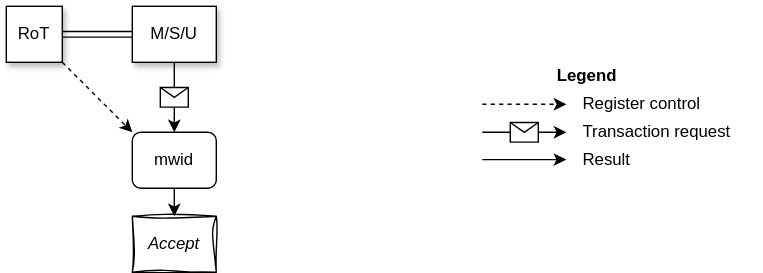
This is src/images/WG-smwid.drawio.svg from MIPS/riscv-partitioning, a draw.io export, as it was before one commit. Source tidied: cells renumbered, new cells last; positions are measured from the earlier drawing's top-left corner, leaving out a move shared by most shapes.
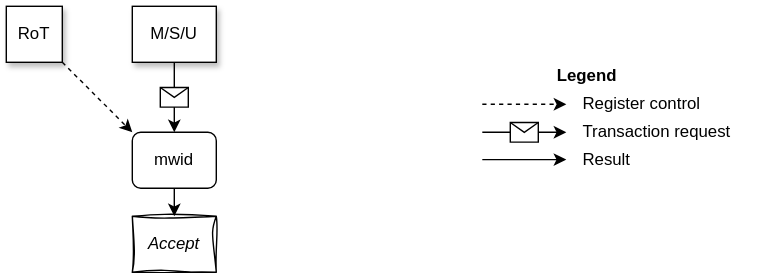
The same file after the commit.

The edit, as a diff of the source:
```diff
@@ -60,9 +60,6 @@
     <mxCell id="16" value="Legend" style="text;html=1;align=center;verticalAlign=middle;whiteSpace=wrap;rounded=0;fontStyle=1;" parent="1" vertex="1">
       <mxGeometry x="340" y="40" width="150" height="20" as="geometry" />
     </mxCell>
-    <mxCell id="17" style="shape=link;html=1;rounded=0;exitX=1;exitY=0.5;exitDx=0;exitDy=0;entryX=0;entryY=0.5;entryDx=0;entryDy=0;" parent="1" edge="1" source="7" target="2">
-      <mxGeometry relative="1" as="geometry" />
-    </mxCell>
     <mxCell id="18" style="edgeStyle=orthogonalEdgeStyle;rounded=0;jettySize=auto;html=1;exitX=0.5;exitY=1;exitDx=0;exitDy=0;entryX=0.5;entryY=0;entryDx=0;entryDy=0;" parent="1" edge="1" source="3" target="4">
       <mxGeometry relative="1" as="geometry" />
     </mxCell>
```
